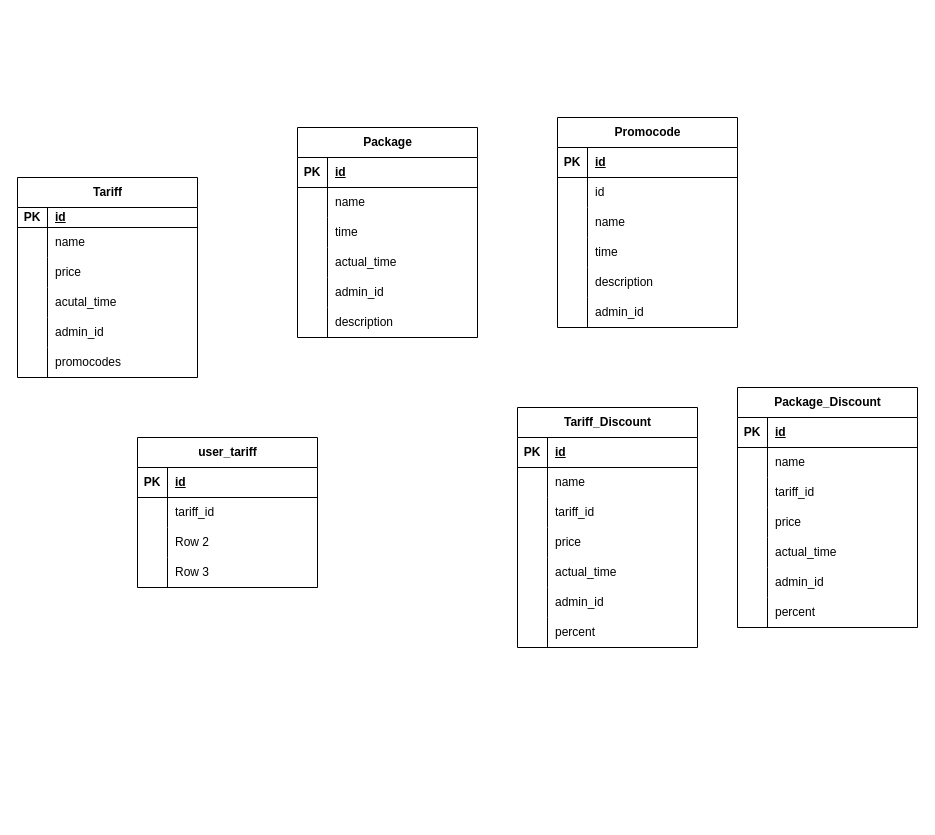
Above: Диаграмма без названия.drawio in Asliddin3/api-gateway (draw.io), before the change. Source tidied: cells renumbered, new cells numbered last; positions are measured from the earlier drawing's top-left corner, leaving out a move shared by most shapes. Both pictures are drawn from the tidied source at 100%, with x=0, y=0 at pixel (17, 117).
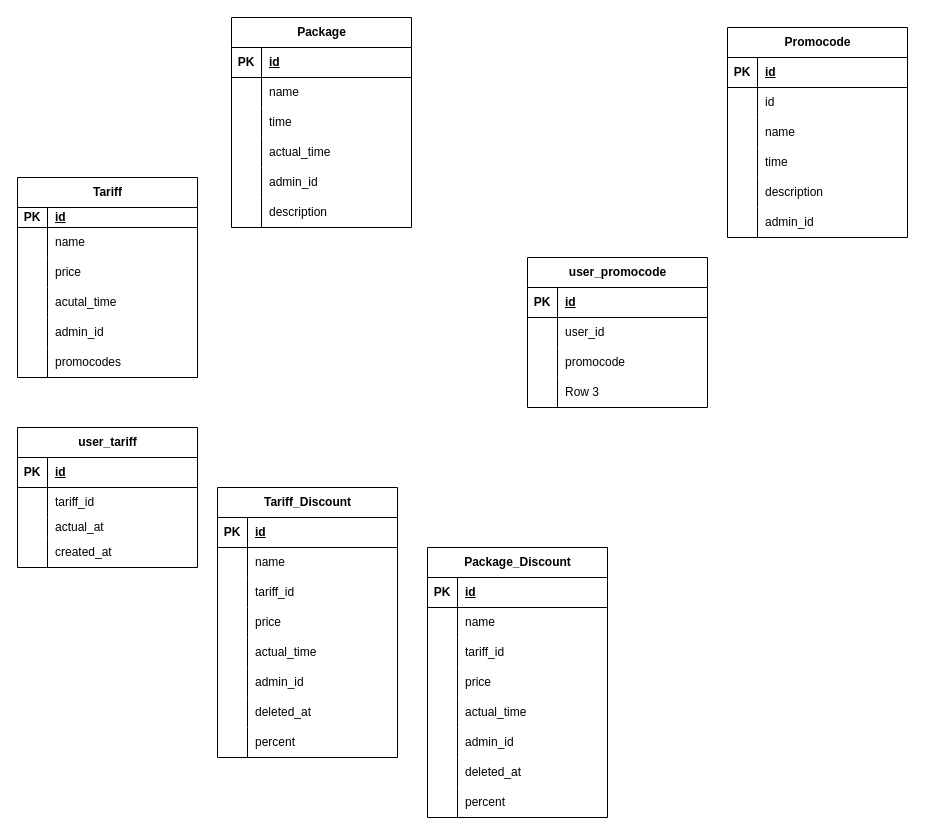
Above is the later version.

Unchanged cells that the change refers to:
```xml
<mxCell id="78" style="shape=tableRow;horizontal=0;startSize=0;swimlaneHead=0;swimlaneBody=0;fillColor=none;top=0;left=0;right=0;bottom=0;" parent="59" vertex="1">
  <mxGeometry y="210" width="180" height="30" as="geometry" />
</mxCell>
<mxCell id="113" style="shape=tableRow;horizontal=0;startSize=0;swimlaneHead=0;swimlaneBody=0;fillColor=none;top=0;left=0;right=0;bottom=0;" parent="94" vertex="1">
  <mxGeometry y="210" width="180" height="30" as="geometry" />
</mxCell>
```

What changed in the source:
```diff
@@
     <mxCell id="21" value="Package" style="shape=table;startSize=30;childLayout=tableLayout;rowLines=0;fontStyle=1;align=center;html=1;" parent="1" vertex="1">
-      <mxGeometry x="280" y="10" width="180" height="210" as="geometry" />
+      <mxGeometry x="214" y="-100" width="180" height="210" as="geometry" />
     </mxCell>
@@
     <mxCell id="40" value="Promocode" style="shape=table;startSize=30;childLayout=tableLayout;rowLines=0;fontStyle=1;align=center;html=1;" parent="1" vertex="1">
-      <mxGeometry x="540" width="180" height="210" as="geometry" />
+      <mxGeometry x="710" y="-90" width="180" height="210" as="geometry" />
     </mxCell>
@@
     <mxCell id="59" value="Tariff_Discount" style="shape=table;startSize=30;childLayout=tableLayout;rowLines=0;fontStyle=1;align=center;html=1;" parent="1" vertex="1">
-      <mxGeometry x="500" y="290" width="180" height="240" as="geometry" />
+      <mxGeometry x="200" y="370" width="180" height="270" as="geometry" />
     </mxCell>
@@
-    <mxCell id="80" value="percent" style="shape=partialRectangle;fillColor=none;top=0;left=0;bottom=0;right=0;align=left;spacingLeft=6;overflow=hidden;whiteSpace=wrap;html=1;" parent="78" vertex="1">
+    <mxCell id="80" value="deleted_at" style="shape=partialRectangle;fillColor=none;top=0;left=0;bottom=0;right=0;align=left;spacingLeft=6;overflow=hidden;whiteSpace=wrap;html=1;" parent="78" vertex="1">
       <mxGeometry x="30" width="150" height="30" as="geometry" />
     </mxCell>
+    <mxCell id="116" style="shape=tableRow;horizontal=0;startSize=0;swimlaneHead=0;swimlaneBody=0;fillColor=none;top=0;left=0;right=0;bottom=0;" parent="59" vertex="1">
+      <mxGeometry y="240" width="180" height="30" as="geometry" />
+    </mxCell>
+    <mxCell id="117" style="shape=partialRectangle;fillColor=none;top=0;left=0;bottom=0;right=0;overflow=hidden;whiteSpace=wrap;html=1;" parent="116" vertex="1">
+      <mxGeometry width="30" height="30" as="geometry" />
+    </mxCell>
+    <mxCell id="118" value="percent" style="shape=partialRectangle;fillColor=none;top=0;left=0;bottom=0;right=0;align=left;spacingLeft=6;overflow=hidden;whiteSpace=wrap;html=1;" parent="116" vertex="1">
+      <mxGeometry x="30" width="150" height="30" as="geometry" />
+    </mxCell>
     <mxCell id="81" value="user_tariff" style="shape=table;startSize=30;childLayout=tableLayout;rowLines=0;fontStyle=1;align=center;html=1;" parent="1" vertex="1">
-      <mxGeometry x="120" y="320" width="180" height="150" as="geometry" />
+      <mxGeometry y="310" width="180" height="140" as="geometry" />
     </mxCell>
@@
     <mxCell id="88" style="shape=tableRow;horizontal=0;startSize=0;swimlaneHead=0;swimlaneBody=0;fillColor=none;top=0;left=0;right=0;bottom=0;" parent="81" vertex="1">
-      <mxGeometry y="90" width="180" height="30" as="geometry" />
+      <mxGeometry y="90" width="180" height="20" as="geometry" />
     </mxCell>
     <mxCell id="89" style="shape=partialRectangle;fillColor=none;top=0;left=0;bottom=0;right=0;overflow=hidden;whiteSpace=wrap;html=1;" parent="88" vertex="1">
-      <mxGeometry width="30" height="30" as="geometry" />
+      <mxGeometry width="30" height="20" as="geometry" />
     </mxCell>
-    <mxCell id="90" value="Row 2" style="shape=partialRectangle;fillColor=none;top=0;left=0;bottom=0;right=0;align=left;spacingLeft=6;overflow=hidden;whiteSpace=wrap;html=1;" parent="88" vertex="1">
-      <mxGeometry x="30" width="150" height="30" as="geometry" />
+    <mxCell id="90" value="actual_at" style="shape=partialRectangle;fillColor=none;top=0;left=0;bottom=0;right=0;align=left;spacingLeft=6;overflow=hidden;whiteSpace=wrap;html=1;" parent="88" vertex="1">
+      <mxGeometry x="30" width="150" height="20" as="geometry" />
     </mxCell>
     <mxCell id="91" style="shape=tableRow;horizontal=0;startSize=0;swimlaneHead=0;swimlaneBody=0;fillColor=none;top=0;left=0;right=0;bottom=0;" parent="81" vertex="1">
-      <mxGeometry y="120" width="180" height="30" as="geometry" />
+      <mxGeometry y="110" width="180" height="30" as="geometry" />
     </mxCell>
@@
-    <mxCell id="93" value="Row 3" style="shape=partialRectangle;fillColor=none;top=0;left=0;bottom=0;right=0;align=left;spacingLeft=6;overflow=hidden;whiteSpace=wrap;html=1;" parent="91" vertex="1">
+    <mxCell id="93" value="created_at" style="shape=partialRectangle;fillColor=none;top=0;left=0;bottom=0;right=0;align=left;spacingLeft=6;overflow=hidden;whiteSpace=wrap;html=1;" parent="91" vertex="1">
       <mxGeometry x="30" width="150" height="30" as="geometry" />
     </mxCell>
     <mxCell id="94" value="Package_Discount" style="shape=table;startSize=30;childLayout=tableLayout;rowLines=0;fontStyle=1;align=center;html=1;" parent="1" vertex="1">
-      <mxGeometry x="720" y="270" width="180" height="240" as="geometry" />
+      <mxGeometry x="410" y="430" width="180" height="270" as="geometry" />
     </mxCell>
@@
-    <mxCell id="115" value="percent" style="shape=partialRectangle;fillColor=none;top=0;left=0;bottom=0;right=0;align=left;spacingLeft=6;overflow=hidden;whiteSpace=wrap;html=1;" parent="113" vertex="1">
+    <mxCell id="115" value="deleted_at" style="shape=partialRectangle;fillColor=none;top=0;left=0;bottom=0;right=0;align=left;spacingLeft=6;overflow=hidden;whiteSpace=wrap;html=1;" parent="113" vertex="1">
       <mxGeometry x="30" width="150" height="30" as="geometry" />
     </mxCell>
+    <mxCell id="119" style="shape=tableRow;horizontal=0;startSize=0;swimlaneHead=0;swimlaneBody=0;fillColor=none;top=0;left=0;right=0;bottom=0;" parent="94" vertex="1">
+      <mxGeometry y="240" width="180" height="30" as="geometry" />
+    </mxCell>
+    <mxCell id="120" style="shape=partialRectangle;fillColor=none;top=0;left=0;bottom=0;right=0;overflow=hidden;whiteSpace=wrap;html=1;" parent="119" vertex="1">
+      <mxGeometry width="30" height="30" as="geometry" />
+    </mxCell>
+    <mxCell id="121" value="percent" style="shape=partialRectangle;fillColor=none;top=0;left=0;bottom=0;right=0;align=left;spacingLeft=6;overflow=hidden;whiteSpace=wrap;html=1;" parent="119" vertex="1">
+      <mxGeometry x="30" width="150" height="30" as="geometry" />
+    </mxCell>
+    <mxCell id="122" value="user_promocode" style="shape=table;startSize=30;childLayout=tableLayout;rowLines=0;fontStyle=1;align=center;html=1;" parent="1" vertex="1">
+      <mxGeometry x="510" y="140" width="180" height="150" as="geometry" />
+    </mxCell>
+    <mxCell id="123" style="shape=tableRow;horizontal=0;startSize=0;swimlaneHead=0;swimlaneBody=0;fillColor=none;top=0;left=0;right=0;bottom=1;" parent="122" vertex="1">
+      <mxGeometry y="30" width="180" height="30" as="geometry" />
+    </mxCell>
+    <mxCell id="124" value="PK" style="shape=partialRectangle;fillColor=none;top=0;left=0;bottom=0;right=0;fontStyle=1;overflow=hidden;whiteSpace=wrap;html=1;" parent="123" vertex="1">
+      <mxGeometry width="30" height="30" as="geometry" />
+    </mxCell>
+    <mxCell id="125" value="id" style="shape=partialRectangle;fillColor=none;top=0;left=0;bottom=0;right=0;align=left;spacingLeft=6;fontStyle=5;overflow=hidden;whiteSpace=wrap;html=1;" parent="123" vertex="1">
+      <mxGeometry x="30" width="150" height="30" as="geometry" />
+    </mxCell>
+    <mxCell id="126" style="shape=tableRow;horizontal=0;startSize=0;swimlaneHead=0;swimlaneBody=0;fillColor=none;top=0;left=0;right=0;bottom=0;" parent="122" vertex="1">
+      <mxGeometry y="60" width="180" height="30" as="geometry" />
+    </mxCell>
+    <mxCell id="127" style="shape=partialRectangle;fillColor=none;top=0;left=0;bottom=0;right=0;overflow=hidden;whiteSpace=wrap;html=1;" parent="126" vertex="1">
+      <mxGeometry width="30" height="30" as="geometry" />
+    </mxCell>
+    <mxCell id="128" value="user_id" style="shape=partialRectangle;fillColor=none;top=0;left=0;bottom=0;right=0;align=left;spacingLeft=6;overflow=hidden;whiteSpace=wrap;html=1;" parent="126" vertex="1">
+      <mxGeometry x="30" width="150" height="30" as="geometry" />
+    </mxCell>
+    <mxCell id="129" style="shape=tableRow;horizontal=0;startSize=0;swimlaneHead=0;swimlaneBody=0;fillColor=none;top=0;left=0;right=0;bottom=0;" parent="122" vertex="1">
+      <mxGeometry y="90" width="180" height="30" as="geometry" />
+    </mxCell>
+    <mxCell id="130" style="shape=partialRectangle;fillColor=none;top=0;left=0;bottom=0;right=0;overflow=hidden;whiteSpace=wrap;html=1;" parent="129" vertex="1">
+      <mxGeometry width="30" height="30" as="geometry" />
+    </mxCell>
+    <mxCell id="131" value="promocode" style="shape=partialRectangle;fillColor=none;top=0;left=0;bottom=0;right=0;align=left;spacingLeft=6;overflow=hidden;whiteSpace=wrap;html=1;" parent="129" vertex="1">
+      <mxGeometry x="30" width="150" height="30" as="geometry" />
+    </mxCell>
+    <mxCell id="132" style="shape=tableRow;horizontal=0;startSize=0;swimlaneHead=0;swimlaneBody=0;fillColor=none;top=0;left=0;right=0;bottom=0;" parent="122" vertex="1">
+      <mxGeometry y="120" width="180" height="30" as="geometry" />
+    </mxCell>
+    <mxCell id="133" style="shape=partialRectangle;fillColor=none;top=0;left=0;bottom=0;right=0;overflow=hidden;whiteSpace=wrap;html=1;" parent="132" vertex="1">
+      <mxGeometry width="30" height="30" as="geometry" />
+    </mxCell>
+    <mxCell id="134" value="Row 3" style="shape=partialRectangle;fillColor=none;top=0;left=0;bottom=0;right=0;align=left;spacingLeft=6;overflow=hidden;whiteSpace=wrap;html=1;" parent="132" vertex="1">
+      <mxGeometry x="30" width="150" height="30" as="geometry" />
+    </mxCell>
```
